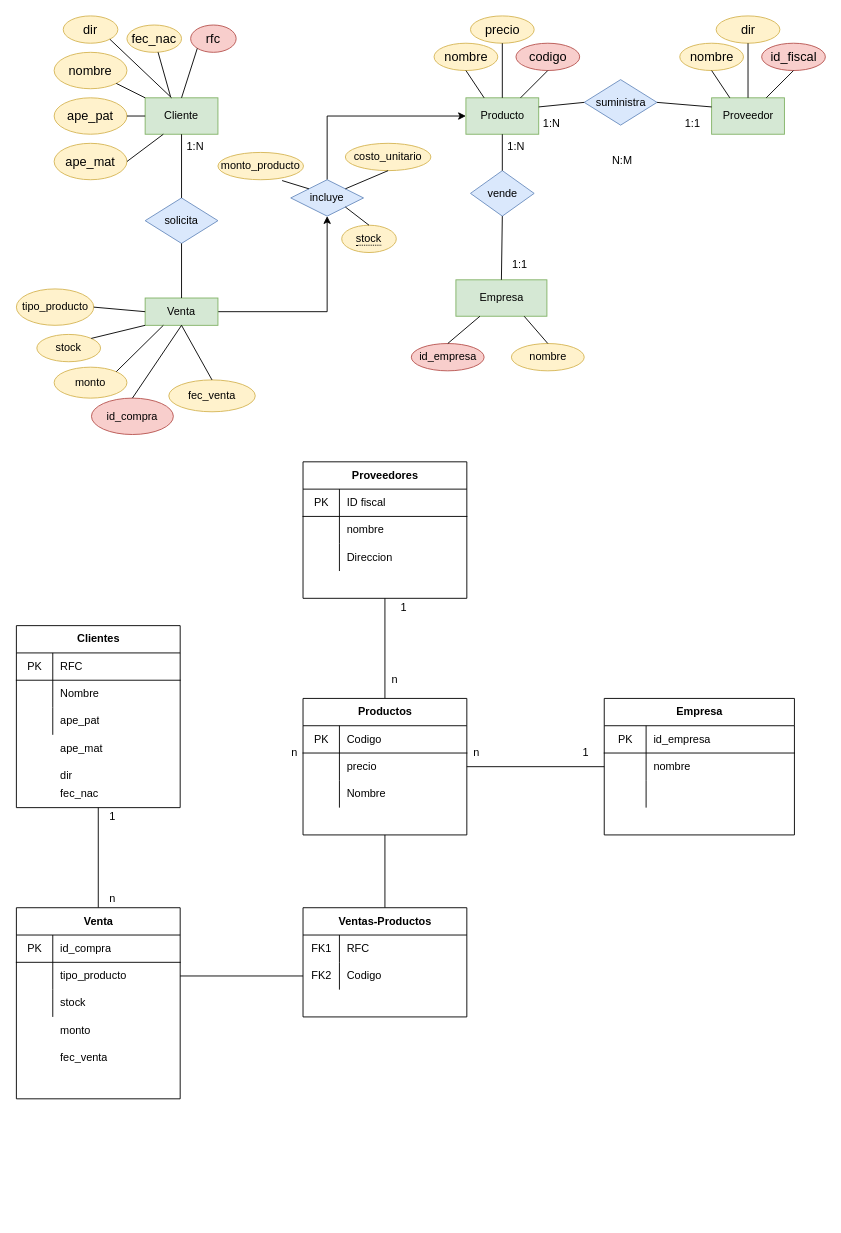
The draw.io diagram Reto2.drawio in Mabeth3105/Diagramas, before the edit. Source tidied: cells renumbered, new cells numbered last; positions are measured from the earlier drawing's top-left corner, leaving out a move shared by most shapes. Both pictures are drawn from the tidied source at 91%, with x=0, y=0 at pixel (15, 15).
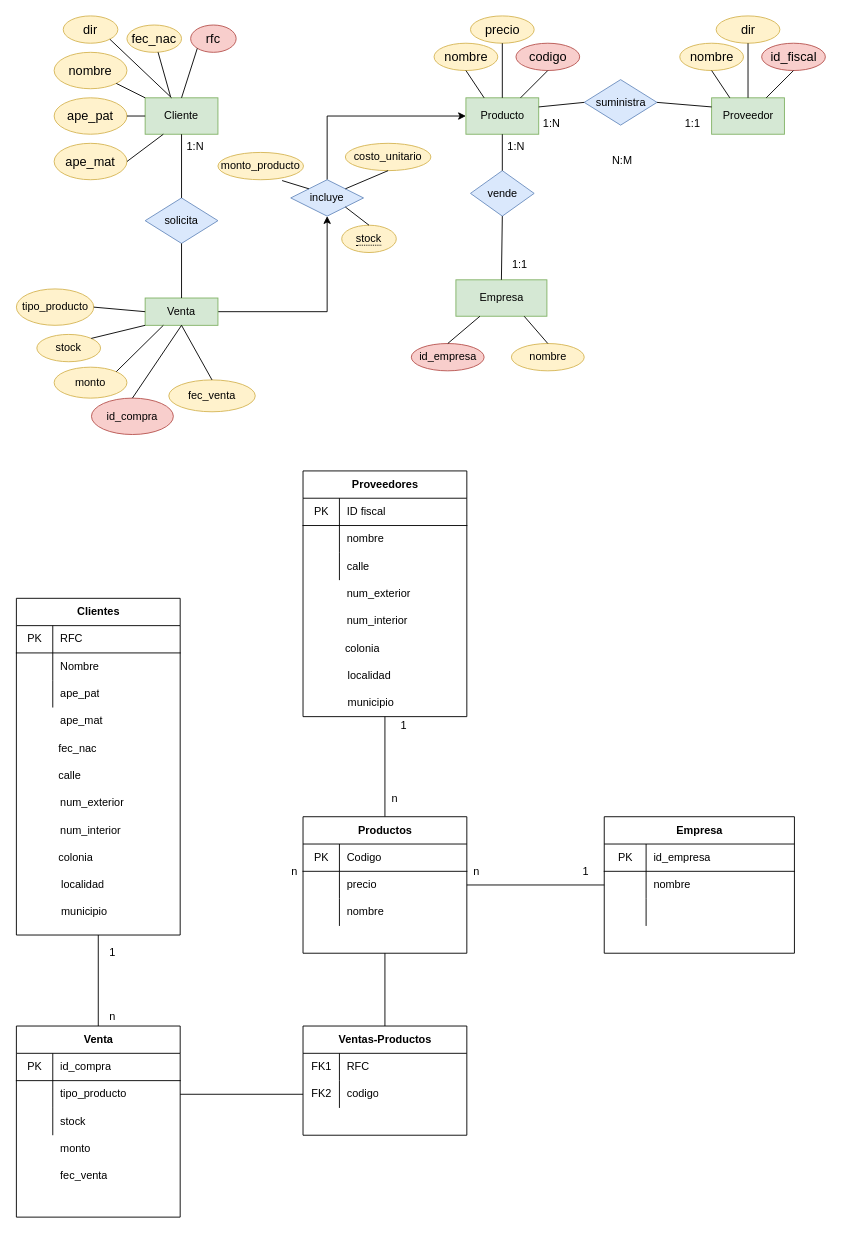
Above is the later version.

Unchanged cells that the change refers to:
```xml
<mxCell id="95" style="shape=partialRectangle;html=1;whiteSpace=wrap;fillColor=none;top=0;left=0;bottom=0;right=0;" parent="88" vertex="1">
  <mxGeometry y="90" width="180" height="30" as="geometry" />
</mxCell>
<mxCell id="122" style="shape=partialRectangle;html=1;whiteSpace=wrap;fillColor=none;top=0;left=0;bottom=0;right=0;points=[[0,0.5],[1,0.5]];portConstraint=eastwest;" parent="118" vertex="1">
  <mxGeometry y="60" width="180" height="30" as="geometry" />
</mxCell>
```

The edit, as a diff of the source:
```diff
@@
     <mxCell id="71" value="n" style="text;html=1;align=center;verticalAlign=middle;" parent="1" vertex="1">
-      <mxGeometry x="295.5" y="800" width="20" height="20" as="geometry" />
+      <mxGeometry x="295.5" y="930" width="20" height="20" as="geometry" />
     </mxCell>
@@
     <mxCell id="74" value="n" style="text;html=1;align=center;verticalAlign=middle;" parent="1" vertex="1">
-      <mxGeometry x="495.5" y="800" width="20" height="20" as="geometry" />
+      <mxGeometry x="495.5" y="930" width="20" height="20" as="geometry" />
     </mxCell>
     <mxCell id="75" value="1" style="text;html=1;align=center;verticalAlign=middle;" parent="1" vertex="1">
-      <mxGeometry x="615.5" y="800" width="20" height="20" as="geometry" />
+      <mxGeometry x="615.5" y="930" width="20" height="20" as="geometry" />
     </mxCell>
@@
-    <mxCell id="77" value="ape_mat" style="shape=partialRectangle;html=1;whiteSpace=wrap;fillColor=none;top=0;left=0;bottom=0;right=0;align=left;spacingLeft=6;overflow=hidden;" parent="1" vertex="1">
-      <mxGeometry x="40.5" y="790" width="140" height="30" as="geometry" />
-    </mxCell>
-    <mxCell id="78" value="dir" style="shape=partialRectangle;html=1;whiteSpace=wrap;fillColor=none;top=0;left=0;bottom=0;right=0;align=left;spacingLeft=6;overflow=hidden;" parent="1" vertex="1">
-      <mxGeometry x="40.5" y="820" width="140" height="30" as="geometry" />
-    </mxCell>
     <mxCell id="79" value="1" style="text;html=1;align=center;verticalAlign=middle;" parent="1" vertex="1">
-      <mxGeometry x="95.5" y="870" width="20" height="20" as="geometry" />
+      <mxGeometry x="95.5" y="1020" width="20" height="20" as="geometry" />
     </mxCell>
     <mxCell id="80" value="n" style="text;html=1;align=center;verticalAlign=middle;" parent="1" vertex="1">
-      <mxGeometry x="95.5" y="960" width="20" height="20" as="geometry" />
+      <mxGeometry x="95.5" y="1090" width="20" height="20" as="geometry" />
     </mxCell>
     <mxCell id="81" value="monto" style="shape=partialRectangle;html=1;whiteSpace=wrap;fillColor=none;top=0;left=0;bottom=0;right=0;align=left;spacingLeft=6;overflow=hidden;" parent="1" vertex="1">
-      <mxGeometry x="40.5" y="1100" width="140" height="30" as="geometry" />
+      <mxGeometry x="40.5" y="1230" width="140" height="30" as="geometry" />
     </mxCell>
     <mxCell id="82" value="fec_venta" style="shape=partialRectangle;html=1;whiteSpace=wrap;fillColor=none;top=0;left=0;bottom=0;right=0;align=left;spacingLeft=6;overflow=hidden;" parent="1" vertex="1">
-      <mxGeometry x="40.5" y="1130" width="140" height="30" as="geometry" />
+      <mxGeometry x="40.5" y="1260" width="140" height="30" as="geometry" />
     </mxCell>
     <mxCell id="83" style="shape=partialRectangle;html=1;whiteSpace=wrap;fillColor=none;top=0;left=0;bottom=0;right=0;align=left;spacingLeft=6;overflow=hidden;" parent="1" vertex="1">
-      <mxGeometry x="40.5" y="1160" width="140" height="30" as="geometry" />
+      <mxGeometry x="40.5" y="1290" width="140" height="30" as="geometry" />
     </mxCell>
     <mxCell id="84" style="shape=partialRectangle;html=1;whiteSpace=wrap;fillColor=none;top=0;left=0;bottom=0;right=0;align=left;spacingLeft=6;overflow=hidden;" parent="1" vertex="1">
-      <mxGeometry x="355.5" y="870" width="140" height="30" as="geometry" />
+      <mxGeometry x="355.5" y="1000" width="140" height="30" as="geometry" />
     </mxCell>
-    <mxCell id="85" style="shape=partialRectangle;html=1;whiteSpace=wrap;fillColor=none;top=0;left=0;bottom=0;right=0;align=left;spacingLeft=6;overflow=hidden;" parent="1" vertex="1">
-      <mxGeometry x="355.5" y="610" width="140" height="30" as="geometry" />
-    </mxCell>
     <mxCell id="86" value="1" style="text;html=1;align=center;verticalAlign=middle;" parent="1" vertex="1">
-      <mxGeometry x="415.5" y="640" width="20" height="20" as="geometry" />
+      <mxGeometry x="415.5" y="770" width="20" height="20" as="geometry" />
     </mxCell>
     <mxCell id="87" value="n" style="text;html=1;align=center;verticalAlign=middle;" parent="1" vertex="1">
-      <mxGeometry x="405.5" y="720" width="20" height="20" as="geometry" />
+      <mxGeometry x="405.5" y="850" width="20" height="20" as="geometry" />
     </mxCell>
     <mxCell id="88" value="Productos" style="shape=table;html=1;whiteSpace=wrap;startSize=30;childLayout=tableLayout;rowLines=0;fontStyle=1;align=center;" parent="1" vertex="1">
-      <mxGeometry x="315.5" y="750" width="180" height="150" as="geometry" />
+      <mxGeometry x="315.5" y="880" width="180" height="150" as="geometry" />
     </mxCell>
@@
-    <mxCell id="97" value="Nombre" style="shape=partialRectangle;html=1;whiteSpace=wrap;fillColor=none;top=0;left=0;bottom=0;right=0;align=left;spacingLeft=6;overflow=hidden;" parent="95" vertex="1">
+    <mxCell id="97" value="nombre" style="shape=partialRectangle;html=1;whiteSpace=wrap;fillColor=none;top=0;left=0;bottom=0;right=0;align=left;spacingLeft=6;overflow=hidden;" parent="95" vertex="1">
       <mxGeometry x="40" width="140" height="30" as="geometry" />
     </mxCell>
     <mxCell id="98" value="Empresa" style="shape=table;html=1;whiteSpace=wrap;startSize=30;childLayout=tableLayout;rowLines=0;fontStyle=1;align=center;" parent="1" vertex="1">
-      <mxGeometry x="646.5" y="750" width="209" height="150" as="geometry" />
+      <mxGeometry x="646.5" y="880" width="209" height="150" as="geometry" />
     </mxCell>
@@
     <mxCell id="108" value="Venta" style="shape=table;html=1;whiteSpace=wrap;startSize=30;childLayout=tableLayout;rowLines=0;fontStyle=1;align=center;" parent="1" vertex="1">
-      <mxGeometry x="0.5" y="980" width="180" height="210" as="geometry" />
+      <mxGeometry x="0.5" y="1110" width="180" height="210" as="geometry" />
     </mxCell>
@@
     <mxCell id="118" value="Ventas-Productos" style="shape=table;html=1;whiteSpace=wrap;startSize=30;childLayout=tableLayout;rowLines=0;fontStyle=1;align=center;" parent="1" vertex="1">
-      <mxGeometry x="315.5" y="980" width="180" height="120" as="geometry" />
+      <mxGeometry x="315.5" y="1110" width="180" height="120" as="geometry" />
     </mxCell>
@@
-    <mxCell id="124" value="Codigo" style="shape=partialRectangle;html=1;whiteSpace=wrap;fillColor=none;top=0;left=0;bottom=0;right=0;align=left;spacingLeft=6;overflow=hidden;" parent="122" vertex="1">
+    <mxCell id="124" value="codigo" style="shape=partialRectangle;html=1;whiteSpace=wrap;fillColor=none;top=0;left=0;bottom=0;right=0;align=left;spacingLeft=6;overflow=hidden;" parent="122" vertex="1">
       <mxGeometry x="40" width="140" height="30" as="geometry" />
     </mxCell>
+    <mxCell id="146" style="group;" parent="1" vertex="1">
+      <mxGeometry x="315.5" y="500" width="181.5" height="270" as="geometry" />
+    </mxCell>
+    <mxCell id="85" style="shape=partialRectangle;html=1;whiteSpace=wrap;fillColor=none;top=0;left=0;bottom=0;right=0;align=left;spacingLeft=6;overflow=hidden;" parent="146" vertex="1">
+      <mxGeometry x="40" y="240" width="140" height="30" as="geometry" />
+    </mxCell>
+    <mxCell id="147" value="colonia" style="shape=partialRectangle;html=1;whiteSpace=wrap;fillColor=none;top=0;left=0;bottom=0;right=0;align=left;spacingLeft=6;overflow=hidden;" parent="146" vertex="1">
+      <mxGeometry x="38.5" y="180" width="140" height="30" as="geometry" />
+    </mxCell>
+    <mxCell id="148" value="num_exterior" style="shape=partialRectangle;html=1;whiteSpace=wrap;fillColor=none;top=0;left=0;bottom=0;right=0;align=left;spacingLeft=6;overflow=hidden;" parent="146" vertex="1">
+      <mxGeometry x="40" y="120" width="140" height="30" as="geometry" />
+    </mxCell>
+    <mxCell id="149" value="num_interior" style="shape=partialRectangle;html=1;whiteSpace=wrap;fillColor=none;top=0;left=0;bottom=0;right=0;align=left;spacingLeft=6;overflow=hidden;" parent="146" vertex="1">
+      <mxGeometry x="40" y="150" width="140" height="30" as="geometry" />
+    </mxCell>
+    <mxCell id="150" value="localidad" style="shape=partialRectangle;html=1;whiteSpace=wrap;fillColor=none;top=0;left=0;bottom=0;right=0;align=left;spacingLeft=6;overflow=hidden;" parent="146" vertex="1">
+      <mxGeometry x="41.5" y="210" width="140" height="30" as="geometry" />
+    </mxCell>
+    <mxCell id="151" value="municipio" style="shape=partialRectangle;html=1;whiteSpace=wrap;fillColor=none;top=0;left=0;bottom=0;right=0;align=left;spacingLeft=6;overflow=hidden;" parent="146" vertex="1">
+      <mxGeometry x="41.5" y="240" width="140" height="30" as="geometry" />
+    </mxCell>
+    <mxCell id="135" value="Proveedores" style="shape=table;html=1;whiteSpace=wrap;startSize=30;childLayout=tableLayout;rowLines=0;fontStyle=1;align=center;" parent="146" vertex="1">
+      <mxGeometry width="180" height="270" as="geometry" />
+    </mxCell>
+    <mxCell id="136" style="shape=partialRectangle;html=1;whiteSpace=wrap;fillColor=none;top=0;left=0;bottom=1;right=0;" parent="135" vertex="1">
+      <mxGeometry y="30" width="180" height="30" as="geometry" />
+    </mxCell>
+    <mxCell id="137" value="PK" style="shape=partialRectangle;html=1;whiteSpace=wrap;fillColor=none;top=0;left=0;bottom=0;right=0;overflow=hidden;" parent="136" vertex="1">
+      <mxGeometry width="40" height="30" as="geometry" />
+    </mxCell>
+    <mxCell id="138" value="ID fiscal" style="shape=partialRectangle;html=1;whiteSpace=wrap;fillColor=none;top=0;left=0;bottom=0;right=0;align=left;spacingLeft=6;overflow=hidden;" parent="136" vertex="1">
+      <mxGeometry x="40" width="140" height="30" as="geometry" />
+    </mxCell>
+    <mxCell id="139" style="shape=partialRectangle;html=1;whiteSpace=wrap;fillColor=none;top=0;left=0;bottom=0;right=0;" parent="135" vertex="1">
+      <mxGeometry y="60" width="180" height="30" as="geometry" />
+    </mxCell>
+    <mxCell id="140" style="shape=partialRectangle;html=1;whiteSpace=wrap;fillColor=none;top=0;left=0;bottom=0;right=0;overflow=hidden;" parent="139" vertex="1">
+      <mxGeometry width="40" height="30" as="geometry" />
+    </mxCell>
+    <mxCell id="141" value="nombre" style="shape=partialRectangle;html=1;whiteSpace=wrap;fillColor=none;top=0;left=0;bottom=0;right=0;align=left;spacingLeft=6;overflow=hidden;" parent="139" vertex="1">
+      <mxGeometry x="40" width="140" height="30" as="geometry" />
+    </mxCell>
+    <mxCell id="142" style="shape=partialRectangle;html=1;whiteSpace=wrap;fillColor=none;top=0;left=0;bottom=0;right=0;" parent="135" vertex="1">
+      <mxGeometry y="90" width="180" height="30" as="geometry" />
+    </mxCell>
+    <mxCell id="143" style="shape=partialRectangle;html=1;whiteSpace=wrap;fillColor=none;top=0;left=0;bottom=0;right=0;overflow=hidden;" parent="142" vertex="1">
+      <mxGeometry width="40" height="30" as="geometry" />
+    </mxCell>
+    <mxCell id="144" value="calle" style="shape=partialRectangle;html=1;whiteSpace=wrap;fillColor=none;top=0;left=0;bottom=0;right=0;align=left;spacingLeft=6;overflow=hidden;" parent="142" vertex="1">
+      <mxGeometry x="40" width="140" height="30" as="geometry" />
+    </mxCell>
+    <mxCell id="152" style="group;" parent="1" vertex="1">
+      <mxGeometry x="0.5" y="640" width="181.5" height="370" as="geometry" />
+    </mxCell>
+    <mxCell id="77" value="ape_mat" style="shape=partialRectangle;html=1;whiteSpace=wrap;fillColor=none;top=0;left=0;bottom=0;right=0;align=left;spacingLeft=6;overflow=hidden;" parent="152" vertex="1">
+      <mxGeometry x="40" y="120" width="140" height="30" as="geometry" />
+    </mxCell>
+    <mxCell id="78" value="calle" style="shape=partialRectangle;html=1;whiteSpace=wrap;fillColor=none;top=0;left=0;bottom=0;right=0;align=left;spacingLeft=6;overflow=hidden;" parent="152" vertex="1">
+      <mxGeometry x="38.5" y="180" width="140" height="30" as="geometry" />
+    </mxCell>
+    <mxCell id="145" value="fec_nac" style="shape=partialRectangle;html=1;whiteSpace=wrap;fillColor=none;top=0;left=0;bottom=0;right=0;align=left;spacingLeft=6;overflow=hidden;" parent="152" vertex="1">
+      <mxGeometry x="38.5" y="150" width="140" height="30" as="geometry" />
+    </mxCell>
+    <mxCell id="153" value="colonia" style="shape=partialRectangle;html=1;whiteSpace=wrap;fillColor=none;top=0;left=0;bottom=0;right=0;align=left;spacingLeft=6;overflow=hidden;" parent="152" vertex="1">
+      <mxGeometry x="38.5" y="270" width="140" height="30" as="geometry" />
+    </mxCell>
+    <mxCell id="154" value="num_exterior" style="shape=partialRectangle;html=1;whiteSpace=wrap;fillColor=none;top=0;left=0;bottom=0;right=0;align=left;spacingLeft=6;overflow=hidden;" parent="152" vertex="1">
+      <mxGeometry x="40" y="210" width="140" height="30" as="geometry" />
+    </mxCell>
+    <mxCell id="155" value="num_interior" style="shape=partialRectangle;html=1;whiteSpace=wrap;fillColor=none;top=0;left=0;bottom=0;right=0;align=left;spacingLeft=6;overflow=hidden;" parent="152" vertex="1">
+      <mxGeometry x="40" y="240" width="140" height="30" as="geometry" />
+    </mxCell>
+    <mxCell id="156" value="localidad" style="shape=partialRectangle;html=1;whiteSpace=wrap;fillColor=none;top=0;left=0;bottom=0;right=0;align=left;spacingLeft=6;overflow=hidden;" parent="152" vertex="1">
+      <mxGeometry x="41.5" y="300" width="140" height="30" as="geometry" />
+    </mxCell>
+    <mxCell id="157" value="municipio" style="shape=partialRectangle;html=1;whiteSpace=wrap;fillColor=none;top=0;left=0;bottom=0;right=0;align=left;spacingLeft=6;overflow=hidden;" parent="152" vertex="1">
+      <mxGeometry x="41.5" y="330" width="140" height="30" as="geometry" />
+    </mxCell>
-    <mxCell id="125" value="Clientes" style="shape=table;html=1;whiteSpace=wrap;startSize=30;childLayout=tableLayout;rowLines=0;fontStyle=1;align=center;" parent="1" vertex="1">
-      <mxGeometry x="0.5" y="670" width="180" height="200" as="geometry" />
+    <mxCell id="125" value="Clientes" style="shape=table;html=1;whiteSpace=wrap;startSize=30;childLayout=tableLayout;rowLines=0;fontStyle=1;align=center;" parent="152" vertex="1">
+      <mxGeometry width="180" height="370" as="geometry" />
     </mxCell>
@@
-    <mxCell id="135" value="Proveedores" style="shape=table;html=1;whiteSpace=wrap;startSize=30;childLayout=tableLayout;rowLines=0;fontStyle=1;align=center;" parent="1" vertex="1">
-      <mxGeometry x="315.5" y="490" width="180" height="150" as="geometry" />
-    </mxCell>
-    <mxCell id="136" style="shape=partialRectangle;html=1;whiteSpace=wrap;fillColor=none;top=0;left=0;bottom=1;right=0;" parent="135" vertex="1">
-      <mxGeometry y="30" width="180" height="30" as="geometry" />
-    </mxCell>
-    <mxCell id="137" value="PK" style="shape=partialRectangle;html=1;whiteSpace=wrap;fillColor=none;top=0;left=0;bottom=0;right=0;overflow=hidden;" parent="136" vertex="1">
-      <mxGeometry width="40" height="30" as="geometry" />
-    </mxCell>
-    <mxCell id="138" value="ID fiscal" style="shape=partialRectangle;html=1;whiteSpace=wrap;fillColor=none;top=0;left=0;bottom=0;right=0;align=left;spacingLeft=6;overflow=hidden;" parent="136" vertex="1">
-      <mxGeometry x="40" width="140" height="30" as="geometry" />
-    </mxCell>
-    <mxCell id="139" style="shape=partialRectangle;html=1;whiteSpace=wrap;fillColor=none;top=0;left=0;bottom=0;right=0;" parent="135" vertex="1">
-      <mxGeometry y="60" width="180" height="30" as="geometry" />
-    </mxCell>
-    <mxCell id="140" style="shape=partialRectangle;html=1;whiteSpace=wrap;fillColor=none;top=0;left=0;bottom=0;right=0;overflow=hidden;" parent="139" vertex="1">
-      <mxGeometry width="40" height="30" as="geometry" />
-    </mxCell>
-    <mxCell id="141" value="nombre" style="shape=partialRectangle;html=1;whiteSpace=wrap;fillColor=none;top=0;left=0;bottom=0;right=0;align=left;spacingLeft=6;overflow=hidden;" parent="139" vertex="1">
-      <mxGeometry x="40" width="140" height="30" as="geometry" />
-    </mxCell>
-    <mxCell id="142" style="shape=partialRectangle;html=1;whiteSpace=wrap;fillColor=none;top=0;left=0;bottom=0;right=0;" parent="135" vertex="1">
-      <mxGeometry y="90" width="180" height="30" as="geometry" />
-    </mxCell>
-    <mxCell id="143" style="shape=partialRectangle;html=1;whiteSpace=wrap;fillColor=none;top=0;left=0;bottom=0;right=0;overflow=hidden;" parent="142" vertex="1">
-      <mxGeometry width="40" height="30" as="geometry" />
-    </mxCell>
-    <mxCell id="144" value="Direccion" style="shape=partialRectangle;html=1;whiteSpace=wrap;fillColor=none;top=0;left=0;bottom=0;right=0;align=left;spacingLeft=6;overflow=hidden;" parent="142" vertex="1">
-      <mxGeometry x="40" width="140" height="30" as="geometry" />
-    </mxCell>
-    <mxCell id="145" value="fec_nac" style="shape=partialRectangle;html=1;whiteSpace=wrap;fillColor=none;top=0;left=0;bottom=0;right=0;align=left;spacingLeft=6;overflow=hidden;" parent="1" vertex="1">
-      <mxGeometry x="40.5" y="840" width="140" height="30" as="geometry" />
-    </mxCell>
```
